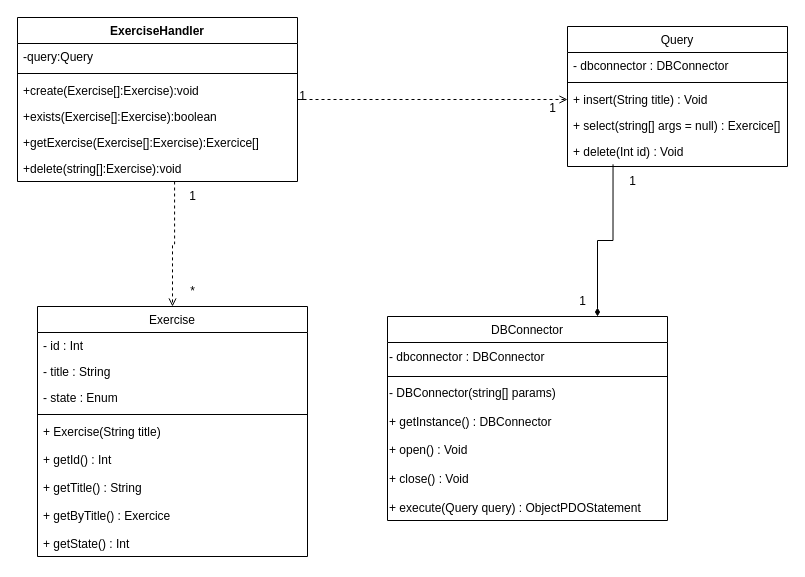
Before: Documentation/DiagrammeClasse_JBD.drawio in CPNV-ES/MAW1.1-JLR-JBD, a draw.io diagram. Source tidied: cells renumbered, new cells numbered last; positions are measured from the earlier drawing's top-left corner, leaving out a move shared by most shapes. Both pictures are drawn from the tidied source at 100%, with x=0, y=0 at pixel (17, 17).
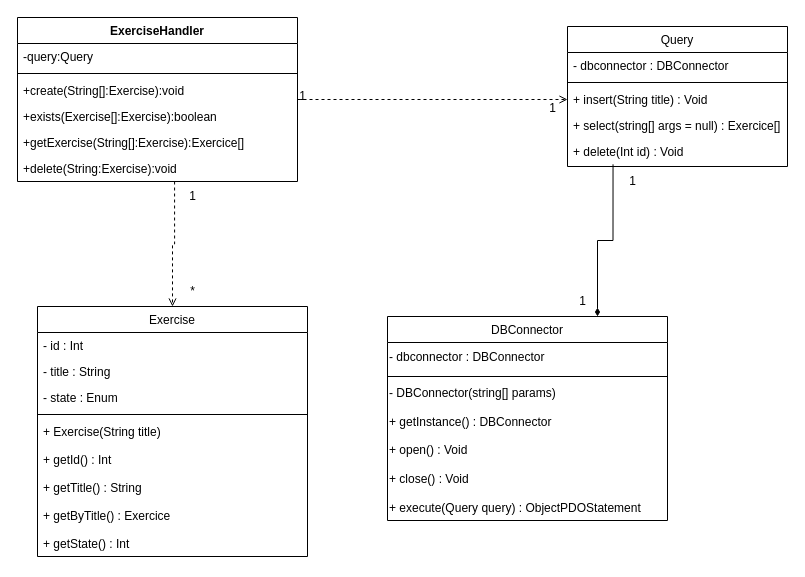
Above is the later version.

The change refers to these unchanged cells:
```xml
<mxCell id="24" value="ExerciseHandler" style="swimlane;fontStyle=1;align=center;verticalAlign=top;horizontal=1;startSize=26;" parent="1" vertex="1">
  <mxGeometry width="280" height="164" as="geometry" />
</mxCell>
```

The edit, as a diff of the source:
```diff
@@
-    <mxCell id="27" value="+create(Exercise[]:Exercise):void" style="text;strokeColor=none;fillColor=none;align=left;verticalAlign=top;spacingLeft=4;spacingRight=4;overflow=hidden;" parent="24" vertex="1">
+    <mxCell id="27" value="+create(String[]:Exercise):void" style="text;strokeColor=none;fillColor=none;align=left;verticalAlign=top;spacingLeft=4;spacingRight=4;overflow=hidden;" parent="24" vertex="1">
       <mxGeometry y="60" width="280" height="26" as="geometry" />
     </mxCell>
@@
-    <mxCell id="29" value="+getExercise(Exercise[]:Exercise):Exercice[]" style="text;strokeColor=none;fillColor=none;align=left;verticalAlign=top;spacingLeft=4;spacingRight=4;overflow=hidden;" parent="24" vertex="1">
+    <mxCell id="29" value="+getExercise(String[]:Exercise):Exercice[]" style="text;strokeColor=none;fillColor=none;align=left;verticalAlign=top;spacingLeft=4;spacingRight=4;overflow=hidden;" parent="24" vertex="1">
       <mxGeometry y="112" width="280" height="26" as="geometry" />
     </mxCell>
-    <mxCell id="30" value="+delete(string[]:Exercise):void" style="text;strokeColor=none;fillColor=none;align=left;verticalAlign=top;spacingLeft=4;spacingRight=4;overflow=hidden;points=[[0,0.5],[1,0.5]];portConstraint=eastwest;" parent="24" vertex="1">
+    <mxCell id="30" value="+delete(String:Exercise):void" style="text;strokeColor=none;fillColor=none;align=left;verticalAlign=top;spacingLeft=4;spacingRight=4;overflow=hidden;points=[[0,0.5],[1,0.5]];portConstraint=eastwest;" parent="24" vertex="1">
       <mxGeometry y="138" width="280" height="26" as="geometry" />
     </mxCell>
```
